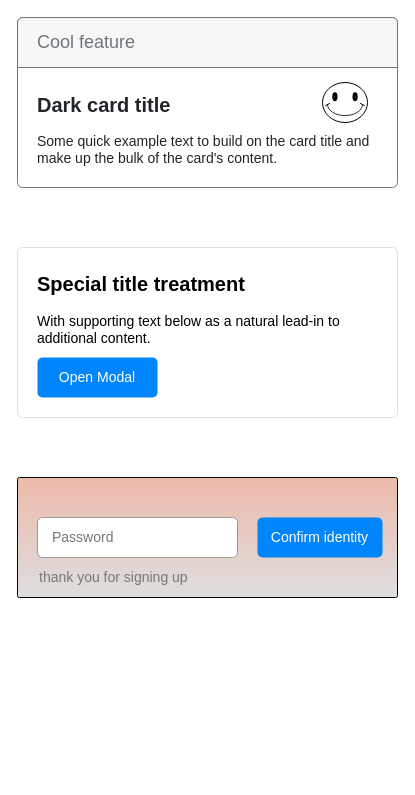
This is task.drawio from ADamian17/r--testing-library, a draw.io file, before an edit. Source tidied: cells renumbered, new cells numbered last; positions are measured from the earlier drawing's top-left corner, leaving out a move shared by most shapes. Both pictures are drawn from the tidied source at 100%, with x=0, y=0 at pixel (17, 17).
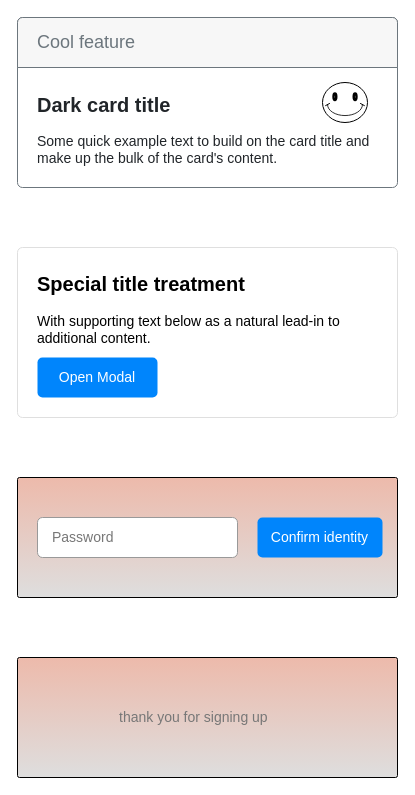
The same page after the edit.

Diff of the diagram source:
```diff
@@
 <mxGraphModel>
   <root>
     <mxCell id="0" />
     <mxCell id="1" parent="0" />
     <mxCell id="2" value="&lt;b&gt;&lt;font style=&quot;font-size: 20px&quot;&gt;Dark card title&lt;/font&gt;&lt;/b&gt;&lt;br style=&quot;font-size: 14px&quot;&gt;&lt;br style=&quot;font-size: 14px&quot;&gt;Some quick example text to build on the card title and make up the bulk of the card's content." style="html=1;shadow=0;dashed=0;shape=mxgraph.bootstrap.rrect;rSize=5;strokeColor=#6C767D;html=1;whiteSpace=wrap;fillColor=#ffffff;fontColor=#212529;verticalAlign=bottom;align=left;spacing=20;spacingBottom=0;fontSize=14;" parent="1" vertex="1">
       <mxGeometry width="380" height="170" as="geometry" />
     </mxCell>
     <mxCell id="3" value="Cool feature" style="html=1;shadow=0;dashed=0;shape=mxgraph.bootstrap.topButton;rSize=5;perimeter=none;whiteSpace=wrap;fillColor=#F7F7F7;strokeColor=#6C767D;fontColor=#6C767D;fontSize=18;align=left;spacing=20;" parent="2" vertex="1">
       <mxGeometry width="380" height="50" relative="1" as="geometry" />
     </mxCell>
     <mxCell id="4" style="verticalLabelPosition=bottom;verticalAlign=top;html=1;shape=mxgraph.basic.smiley;" parent="2" vertex="1">
       <mxGeometry x="305" y="65" width="45" height="40" as="geometry" />
     </mxCell>
     <mxCell id="5" value="&lt;b&gt;&lt;font style=&quot;font-size: 20px&quot;&gt;Special title treatment&lt;/font&gt;&lt;/b&gt;&lt;br style=&quot;font-size: 14px&quot;&gt;&lt;br style=&quot;font-size: 14px&quot;&gt;With supporting text below as a natural lead-in to additional content." style="html=1;shadow=0;dashed=0;shape=mxgraph.bootstrap.rrect;rSize=5;strokeColor=#DFDFDF;html=1;whiteSpace=wrap;fillColor=#FFFFFF;fontColor=#000000;align=left;verticalAlign=top;spacing=20;fontSize=14;" parent="1" vertex="1">
       <mxGeometry y="230" width="380" height="170" as="geometry" />
     </mxCell>
     <mxCell id="6" value="Open Modal" style="html=1;shadow=0;dashed=0;shape=mxgraph.bootstrap.rrect;rSize=5;perimeter=none;whiteSpace=wrap;fillColor=#0085FC;strokeColor=none;fontColor=#ffffff;fontSize=14;" parent="5" vertex="1">
       <mxGeometry y="1" width="120" height="40" relative="1" as="geometry">
         <mxPoint x="20" y="-60" as="offset" />
       </mxGeometry>
     </mxCell>
     <mxCell id="7" style="group;" parent="1" vertex="1">
       <mxGeometry y="460" width="380" height="120" as="geometry" />
     </mxCell>
     <mxCell id="8" style="html=1;shadow=0;dashed=0;shape=mxgraph.bootstrap.checkbox2;labelPosition=right;verticalLabelPosition=middle;align=left;verticalAlign=middle;gradientColor=#DEDEDE;fillColor=#EDBAAB;checked=0;spacing=5;checkedFill=#0085FC;checkedStroke=#ffffff;sketch=0;" parent="7" vertex="1">
       <mxGeometry width="380" height="120" as="geometry" />
     </mxCell>
-    <mxCell id="9" value="thank you for signing up" style="strokeColor=none;fillColor=none;fontColor=#777777;whiteSpace=wrap;align=left;verticalAlign=middle;fontStyle=0;fontSize=14;" parent="7" vertex="1">
-      <mxGeometry x="20" y="80" width="180" height="40" as="geometry" />
-    </mxCell>
     <mxCell id="10" value="Confirm identity" style="html=1;shadow=0;dashed=0;shape=mxgraph.bootstrap.rrect;rSize=5;strokeColor=none;fillColor=#0085FC;fontColor=#ffffff;whiteSpace=wrap;align=center;verticalAlign=middle;fontStyle=0;fontSize=14;spacing=14;" parent="7" vertex="1">
       <mxGeometry x="240" y="40" width="125" height="40" as="geometry" />
     </mxCell>
     <mxCell id="11" value="Password" style="html=1;shadow=0;dashed=0;shape=mxgraph.bootstrap.rrect;rSize=5;strokeColor=#999999;fillColor=#ffffff;fontColor=#777777;whiteSpace=wrap;align=left;verticalAlign=middle;fontStyle=0;fontSize=14;spacing=15;" parent="7" vertex="1">
       <mxGeometry x="20" y="40" width="200" height="40" as="geometry" />
     </mxCell>
+    <mxCell id="12" style="group;" parent="1" vertex="1">
+      <mxGeometry y="640" width="380" height="120" as="geometry" />
+    </mxCell>
+    <mxCell id="13" style="html=1;shadow=0;dashed=0;shape=mxgraph.bootstrap.checkbox2;labelPosition=right;verticalLabelPosition=middle;align=left;verticalAlign=middle;gradientColor=#DEDEDE;fillColor=#EDBAAB;checked=0;spacing=5;checkedFill=#0085FC;checkedStroke=#ffffff;sketch=0;" parent="12" vertex="1">
+      <mxGeometry width="380" height="120" as="geometry" />
+    </mxCell>
+    <mxCell id="9" value="thank you for signing up" style="strokeColor=none;fillColor=none;fontColor=#777777;whiteSpace=wrap;align=left;verticalAlign=middle;fontStyle=0;fontSize=14;" parent="12" vertex="1">
+      <mxGeometry x="100" y="40" width="160" height="40" as="geometry" />
+    </mxCell>
   </root>
 </mxGraphModel>
```
